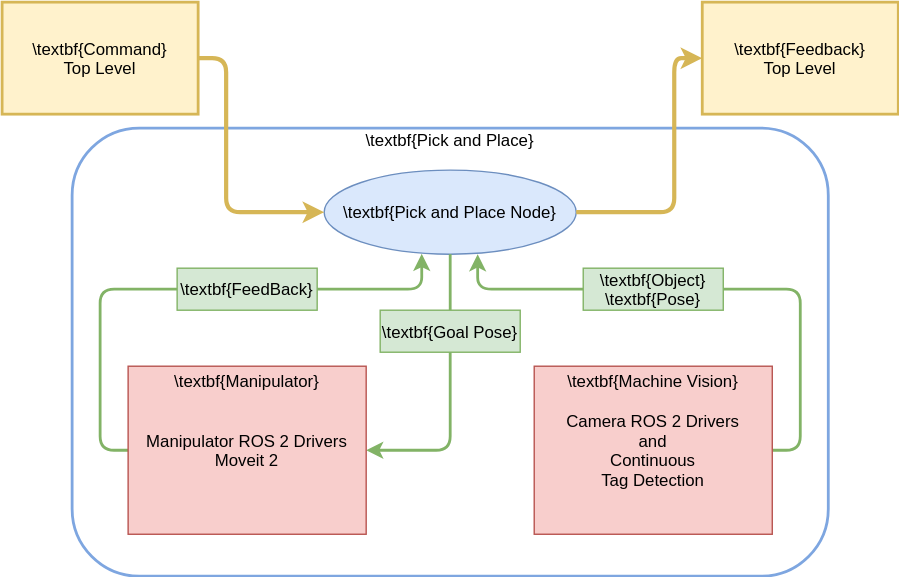
orjano-max/ORJANOS_MASTER_REPO keeps this draw.io diagram as Figures/figPickAndPlaceMethod.drawio.svg. Above is the earlier version. Source tidied: cells renumbered, new cells last; positions are measured from the earlier drawing's top-left corner, leaving out a move shared by most shapes.
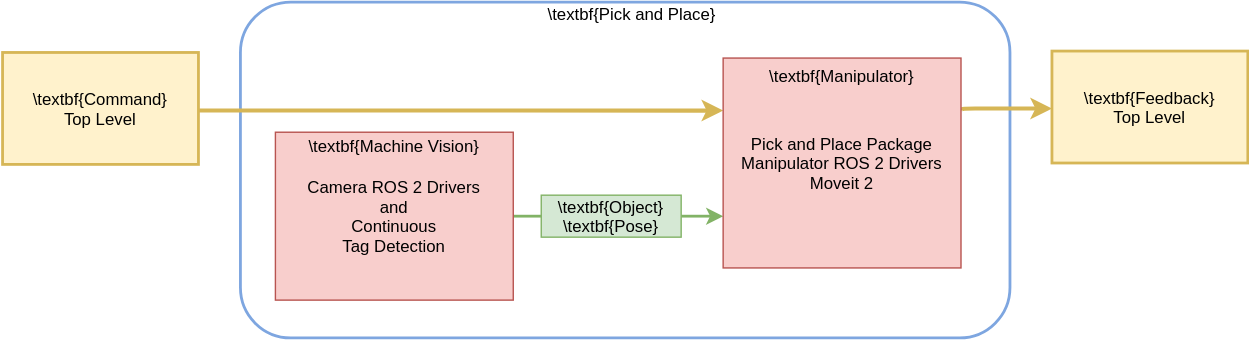
After the change.

Change to the diagram source:
```diff
@@ -3,104 +3,63 @@
     <mxCell id="0" />
     <mxCell id="1" parent="0" />
     <mxCell id="2" style="rounded=1;strokeWidth=2;strokeColor=#7EA6E0;" parent="1" vertex="1">
-      <mxGeometry x="50" y="90" width="540" height="320" as="geometry" />
+      <mxGeometry x="40" y="90" width="550" height="240" as="geometry" />
     </mxCell>
-    <mxCell id="3" value="\textbf{FeedBack}" style="rounded=0;fillColor=#d5e8d4;strokeColor=#82b366;" parent="1" vertex="1">
-      <mxGeometry x="125" y="190" width="100" height="30" as="geometry" />
-    </mxCell>
-    <mxCell id="4" style="edgeStyle=orthogonalEdgeStyle;jettySize=auto;fillColor=#d5e8d4;strokeColor=#82b366;strokeWidth=2;rounded=1;exitX=1;exitY=0.5;exitDx=0;exitDy=0;entryX=0.387;entryY=0.996;entryDx=0;entryDy=0;entryPerimeter=0;endArrow=classic;endFill=1;" parent="1" edge="1" source="3" target="5">
-      <mxGeometry relative="1" as="geometry">
-        <Array as="points">
-          <mxPoint x="300" y="205" />
-        </Array>
-      </mxGeometry>
-    </mxCell>
-    <mxCell id="5" value="\textbf{Pick and Place Node}" style="ellipse;fillColor=#dae8fc;strokeColor=#6c8ebf;fontStyle=0;" parent="1" vertex="1">
-      <mxGeometry x="230" y="120" width="180" height="60" as="geometry" />
-    </mxCell>
-    <mxCell id="6" style="edgeStyle=orthogonalEdgeStyle;jettySize=auto;fillColor=#d5e8d4;strokeColor=#82b366;strokeWidth=2;rounded=1;exitX=0.609;exitY=1;exitDx=0;exitDy=0;endArrow=none;endFill=0;entryX=0;entryY=0.5;entryDx=0;entryDy=0;startArrow=classic;startFill=1;exitPerimeter=0;" parent="1" edge="1" source="5" target="7">
+    <mxCell id="6" style="edgeStyle=orthogonalEdgeStyle;jettySize=auto;fillColor=#d5e8d4;strokeColor=#82b366;strokeWidth=2;rounded=1;exitX=1;exitY=0.5;exitDx=0;exitDy=0;endArrow=classic;endFill=1;entryX=0;entryY=0.75;entryDx=0;entryDy=0;startArrow=none;startFill=0;" parent="1" edge="1" source="7" target="19">
       <mxGeometry relative="1" as="geometry">
         <Array as="points">
-          <mxPoint x="340" y="205" />
+          <mxPoint x="355" y="243" />
+          <mxPoint x="385" y="243" />
         </Array>
       </mxGeometry>
     </mxCell>
     <mxCell id="7" value="\textbf{Object}&#10;\textbf{Pose}" style="rounded=0;fillColor=#d5e8d4;strokeColor=#82b366;" parent="1" vertex="1">
-      <mxGeometry x="415" y="190" width="100" height="30" as="geometry" />
+      <mxGeometry x="255" y="228" width="100" height="30" as="geometry" />
     </mxCell>
-    <mxCell id="8" value="\textbf{Goal Pose}" style="rounded=0;fillColor=#d5e8d4;strokeColor=#82b366;" parent="1" vertex="1">
-      <mxGeometry x="270" y="220" width="100" height="30" as="geometry" />
-    </mxCell>
-    <mxCell id="9" style="edgeStyle=orthogonalEdgeStyle;jettySize=auto;fillColor=#d5e8d4;strokeColor=#82b366;strokeWidth=2;rounded=1;exitX=0.5;exitY=0;exitDx=0;exitDy=0;entryX=0.5;entryY=1;entryDx=0;entryDy=0;endArrow=none;endFill=0;" parent="1" edge="1" source="8" target="5">
-      <mxGeometry relative="1" as="geometry">
-        <Array as="points">
-          <mxPoint x="320" y="200" />
-          <mxPoint x="320" y="200" />
-        </Array>
-      </mxGeometry>
-    </mxCell>
-    <mxCell id="10" style="edgeStyle=orthogonalEdgeStyle;jettySize=auto;fillColor=#d5e8d4;strokeColor=#82b366;strokeWidth=2;rounded=1;exitX=1;exitY=0.5;exitDx=0;exitDy=0;endArrow=none;endFill=0;entryX=0.5;entryY=1;entryDx=0;entryDy=0;startArrow=classic;startFill=1;" parent="1" edge="1" source="19" target="8">
-      <mxGeometry relative="1" as="geometry">
-        <Array as="points">
-          <mxPoint x="320" y="320" />
-        </Array>
-      </mxGeometry>
-    </mxCell>
-    <mxCell id="11" style="edgeStyle=orthogonalEdgeStyle;jettySize=auto;fillColor=#d5e8d4;strokeColor=#82b366;strokeWidth=2;exitX=1;exitY=0.5;exitDx=0;exitDy=0;entryX=1;entryY=0.5;entryDx=0;entryDy=0;rounded=1;endArrow=none;endFill=0;" parent="1" edge="1" source="7" target="21">
+    <mxCell id="11" style="edgeStyle=orthogonalEdgeStyle;jettySize=auto;fillColor=#d5e8d4;strokeColor=#82b366;strokeWidth=2;exitX=0;exitY=0.5;exitDx=0;exitDy=0;entryX=1;entryY=0.5;entryDx=0;entryDy=0;rounded=1;endArrow=none;endFill=0;" parent="1" edge="1" source="7" target="21">
       <mxGeometry relative="1" as="geometry">
         <Array as="points">
-          <mxPoint x="570" y="205" />
-          <mxPoint x="570" y="320" />
+          <mxPoint x="235" y="243" />
         </Array>
       </mxGeometry>
     </mxCell>
-    <mxCell id="12" style="edgeStyle=orthogonalEdgeStyle;jettySize=auto;fillColor=#fff2cc;strokeColor=#d6b656;strokeWidth=3;rounded=1;endArrow=classic;endFill=1;entryX=0;entryY=0.5;entryDx=0;entryDy=0;exitX=1;exitY=0.5;exitDx=0;exitDy=0;" parent="1" edge="1" source="13" target="5">
+    <mxCell id="12" style="edgeStyle=orthogonalEdgeStyle;jettySize=auto;fillColor=#fff2cc;strokeColor=#d6b656;strokeWidth=3;rounded=1;endArrow=classic;endFill=1;entryX=0;entryY=0.25;entryDx=0;entryDy=0;exitX=1;exitY=0.5;exitDx=0;exitDy=0;" parent="1" edge="1" source="13" target="19">
       <mxGeometry relative="1" as="geometry">
         <Array as="points">
-          <mxPoint x="160" y="40" />
-          <mxPoint x="160" y="150" />
+          <mxPoint y="168" />
         </Array>
       </mxGeometry>
     </mxCell>
     <mxCell id="13" value="\textbf{Command}&#10;Top Level" style="rounded=0;fillColor=#fff2cc;strokeColor=#d6b656;strokeWidth=2;" parent="1" vertex="1">
-      <mxGeometry width="140" height="80" as="geometry" />
+      <mxGeometry x="-130" y="126" width="140" height="80" as="geometry" />
     </mxCell>
     <mxCell id="14" value="\textbf{Feedback}&#10;Top Level" style="rounded=0;fillColor=#fff2cc;strokeColor=#d6b656;strokeWidth=2;" parent="1" vertex="1">
-      <mxGeometry x="500" width="140" height="80" as="geometry" />
+      <mxGeometry x="620" y="125" width="140" height="80" as="geometry" />
     </mxCell>
-    <mxCell id="15" style="edgeStyle=orthogonalEdgeStyle;jettySize=auto;fillColor=#fff2cc;strokeColor=#d6b656;strokeWidth=3;rounded=1;endArrow=classic;endFill=1;entryX=0;entryY=0.5;entryDx=0;entryDy=0;exitX=1;exitY=0.5;exitDx=0;exitDy=0;" parent="1" edge="1" source="5" target="14">
+    <mxCell id="15" style="edgeStyle=orthogonalEdgeStyle;jettySize=auto;fillColor=#fff2cc;strokeColor=#d6b656;strokeWidth=3;rounded=1;endArrow=classic;endFill=1;entryX=0;entryY=0.5;entryDx=0;entryDy=0;exitX=1;exitY=0.25;exitDx=0;exitDy=0;" parent="1" edge="1" source="19" target="14">
       <mxGeometry relative="1" as="geometry">
         <Array as="points">
-          <mxPoint x="480" y="150" />
-          <mxPoint x="480" y="40" />
+          <mxPoint x="555" y="166" />
         </Array>
       </mxGeometry>
     </mxCell>
-    <mxCell id="16" style="edgeStyle=orthogonalEdgeStyle;jettySize=auto;fillColor=#d5e8d4;strokeColor=#82b366;strokeWidth=2;rounded=1;entryX=0;entryY=0.5;entryDx=0;entryDy=0;endArrow=none;endFill=0;exitX=0;exitY=0.5;exitDx=0;exitDy=0;" parent="1" edge="1" source="19" target="3">
-      <mxGeometry relative="1" as="geometry">
-        <Array as="points">
-          <mxPoint x="70" y="320" />
-          <mxPoint x="70" y="205" />
-        </Array>
-      </mxGeometry>
-    </mxCell>
     <mxCell id="17" value="\textbf{Pick and Place}&#10;" style="text;strokeColor=none;fillColor=none;align=center;verticalAlign=middle;rounded=0;" parent="1" vertex="1">
       <mxGeometry x="255" y="90" width="130" height="30" as="geometry" />
     </mxCell>
     <mxCell id="18" style="group;" parent="1" vertex="1">
-      <mxGeometry x="90" y="260" width="170" height="120" as="geometry" />
+      <mxGeometry x="385" y="130" width="170" height="150" as="geometry" />
     </mxCell>
-    <mxCell id="19" value="Manipulator ROS 2 Drivers&#10;Moveit 2" style="rounded=0;fillColor=#f8cecc;strokeColor=#b85450;" parent="18" vertex="1">
-      <mxGeometry width="170" height="120" as="geometry" />
+    <mxCell id="19" value="Pick and Place Package&#10;Manipulator ROS 2 Drivers&#10;Moveit 2" style="rounded=0;fillColor=#f8cecc;strokeColor=#b85450;" parent="18" vertex="1">
+      <mxGeometry width="170" height="150" as="geometry" />
     </mxCell>
     <mxCell id="20" value="\textbf{Manipulator}" style="text;strokeColor=none;fillColor=none;align=center;verticalAlign=middle;rounded=0;" parent="18" vertex="1">
-      <mxGeometry x="44.6" width="80.9" height="20" as="geometry" />
+      <mxGeometry x="44.6" width="80.9" height="25" as="geometry" />
     </mxCell>
     <mxCell id="21" value="Camera ROS 2 Drivers&#10;and&#10;Continuous &#10;Tag Detection" style="rounded=0;fillColor=#f8cecc;strokeColor=#b85450;" parent="1" vertex="1">
-      <mxGeometry x="380" y="260" width="170" height="120" as="geometry" />
+      <mxGeometry x="65" y="183" width="170" height="120" as="geometry" />
     </mxCell>
     <mxCell id="22" value="\textbf{Machine Vision}" style="text;strokeColor=none;fillColor=none;align=center;verticalAlign=middle;rounded=0;" parent="1" vertex="1">
-      <mxGeometry x="403.8" y="260" width="122.4" height="20" as="geometry" />
+      <mxGeometry x="88.8" y="183" width="122.4" height="20" as="geometry" />
     </mxCell>
   </root>
 </mxGraphModel>
```
